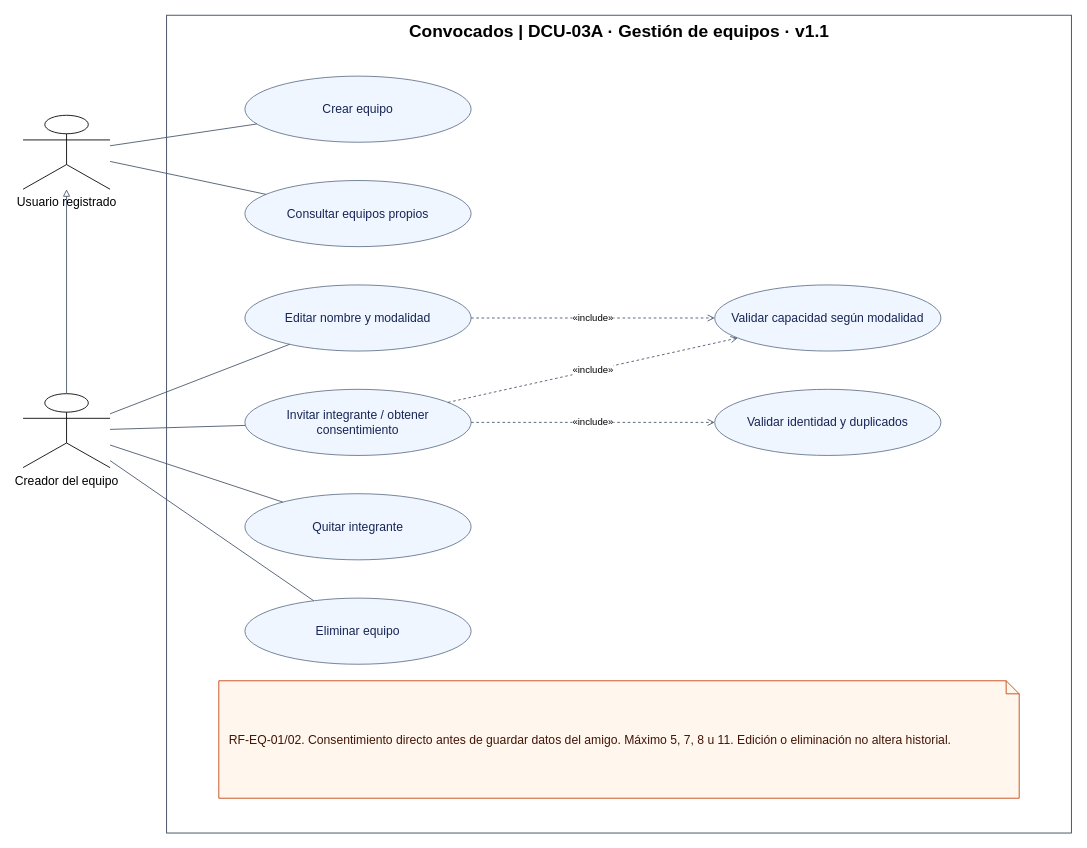
This is page "DCU-03A · Gestión de equipos" (1 of 2) of docs/02-diseno-funcional/casos-de-uso-equipos.drawio from alejovidela13/convocados, a draw.io file, before an edit. Source tidied: cells renumbered, new cells numbered last; positions are measured from the earlier drawing's top-left corner, leaving out a move shared by most shapes. Both pictures are drawn from the tidied source at 87%, with x=0, y=0 at pixel (23, 15).
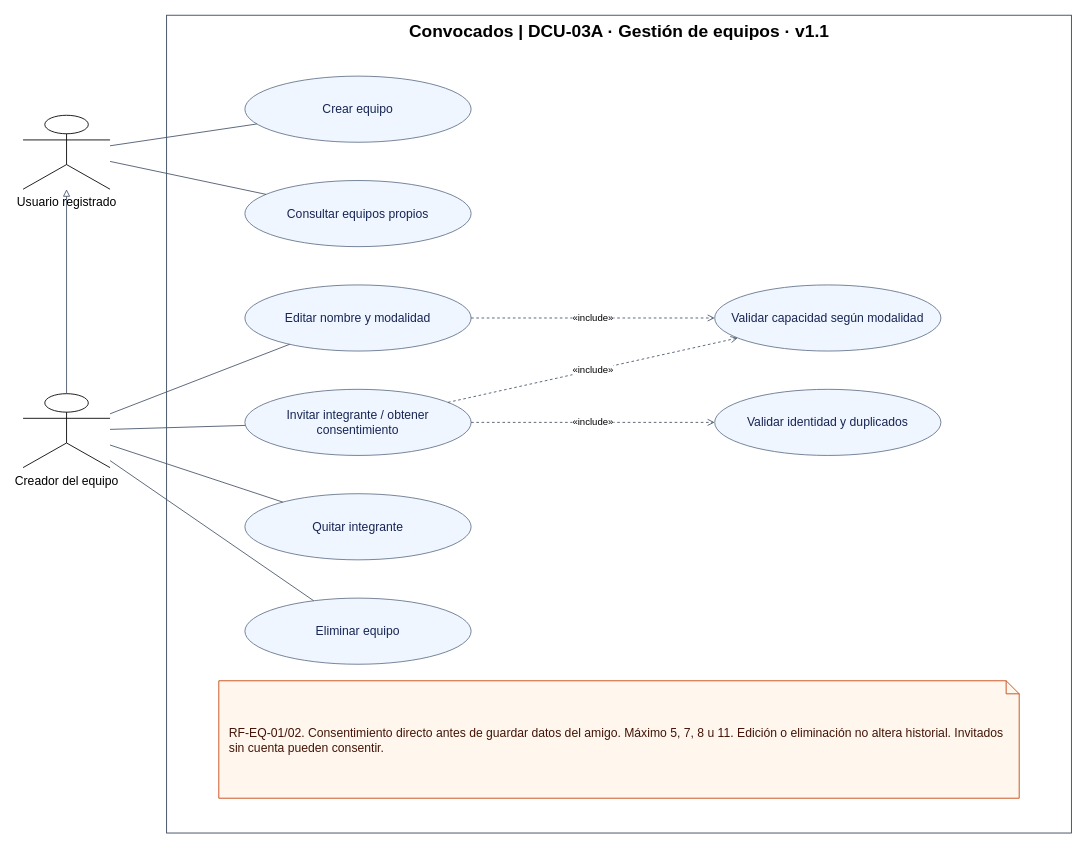
The same diagram, later.

What changed in the source:
```diff
@@
-    <mxCell id="23" value="RF-EQ-01/02. Consentimiento directo antes de guardar datos del amigo. Máximo 5, 7, 8 u 11. Edición o eliminación no altera historial." style="shape=note;whiteSpace=wrap;html=1;size=15;fillColor=#fff7ed;strokeColor=#c2410c;fontColor=#431407;fontSize=14;align=left;spacing=12;" parent="1" vertex="1">
+    <mxCell id="23" value="RF-EQ-01/02. Consentimiento directo antes de guardar datos del amigo. Máximo 5, 7, 8 u 11. Edición o eliminación no altera historial. Invitados sin cuenta pueden consentir." style="shape=note;whiteSpace=wrap;html=1;size=15;fillColor=#fff7ed;strokeColor=#c2410c;fontColor=#431407;fontSize=14;align=left;spacing=12;" parent="1" vertex="1">
       <mxGeometry x="225" y="765" width="920" height="135" as="geometry" />
     </mxCell>
```
